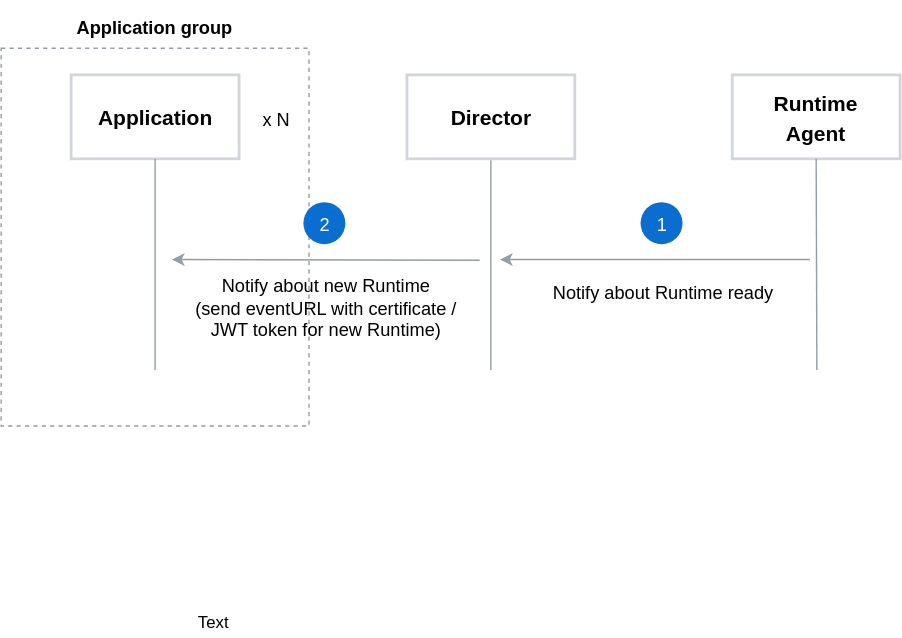
kyma-incubator/compass keeps this draw.io diagram as docs/architecture/assets/runtime-notification.svg. Above is the earlier version. Source tidied: cells renumbered, new cells last; positions are measured from the earlier drawing's top-left corner, leaving out a move shared by most shapes.
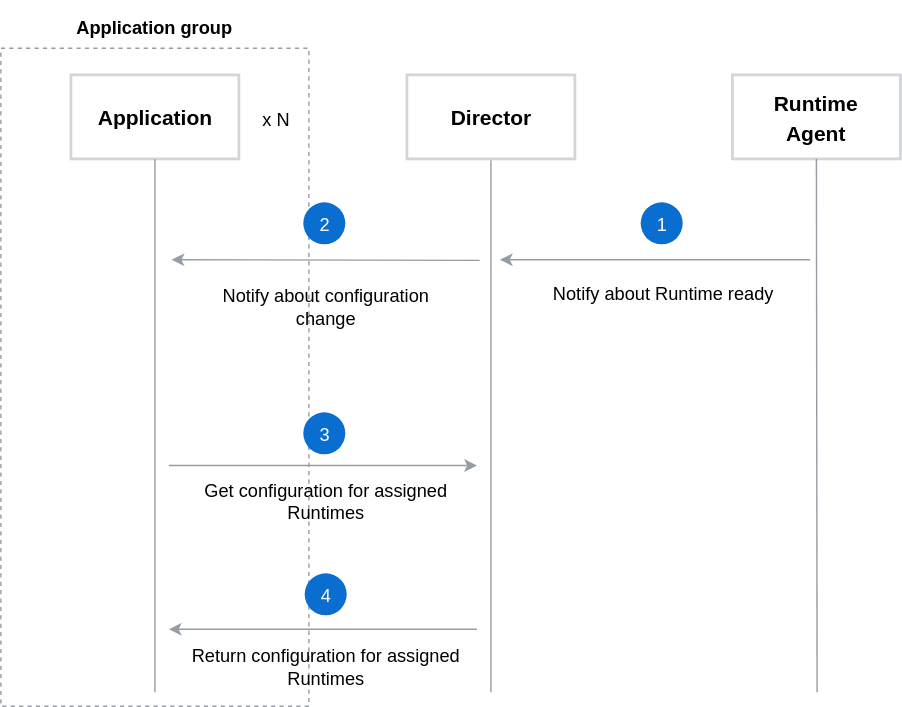
The same file after the commit.

Commit message:
Fix diagrams after review

Diff of the diagram source:
```diff
@@ -3,7 +3,7 @@
     <mxCell id="0" />
     <mxCell id="1" parent="0" />
     <mxCell id="2" style="rounded=0;whiteSpace=wrap;html=1;dashed=1;strokeColor=#959CA4;fillColor=none;" parent="1" vertex="1">
-      <mxGeometry y="34" width="220" height="270" as="geometry" />
+      <mxGeometry y="34" width="220" height="470" as="geometry" />
     </mxCell>
     <mxCell id="3" value="&lt;font style=&quot;font-size: 15px&quot;&gt;&lt;b&gt;Application&lt;br&gt;&lt;/b&gt;&lt;/font&gt;" style="rounded=0;whiteSpace=wrap;html=1;strokeColor=#D2D5D9;strokeWidth=2;fillColor=#ffffff;fontFamily=Helvetica;fontSize=18;fontColor=#000000;align=center;" parent="1" vertex="1">
       <mxGeometry x="50" y="53" width="120" height="60" as="geometry" />
@@ -16,19 +16,19 @@
     </mxCell>
     <mxCell id="6" style="endArrow=none;html=1;labelBackgroundColor=none;strokeColor=#959CA4;strokeWidth=1;fillColor=#000000;fontFamily=Helvetica;fontSize=18;fontColor=#000000;entryX=0.5;entryY=1;entryDx=0;entryDy=0;" parent="1" edge="1">
       <mxGeometry relative="1" as="geometry">
-        <mxPoint x="110" y="264" as="sourcePoint" />
+        <mxPoint x="110" y="494" as="sourcePoint" />
         <mxPoint x="110" y="113" as="targetPoint" />
       </mxGeometry>
     </mxCell>
     <mxCell id="7" style="endArrow=none;html=1;labelBackgroundColor=none;strokeColor=#959CA4;strokeWidth=1;fillColor=#000000;fontFamily=Helvetica;fontSize=18;fontColor=#000000;entryX=0.5;entryY=1;entryDx=0;entryDy=0;" parent="1" edge="1">
       <mxGeometry relative="1" as="geometry">
-        <mxPoint x="350" y="264" as="sourcePoint" />
+        <mxPoint x="350" y="494" as="sourcePoint" />
         <mxPoint x="350" y="114" as="targetPoint" />
       </mxGeometry>
     </mxCell>
     <mxCell id="8" style="endArrow=none;html=1;labelBackgroundColor=none;strokeColor=#959CA4;strokeWidth=1;fillColor=#000000;fontFamily=Helvetica;fontSize=18;fontColor=#000000;entryX=0.5;entryY=1;entryDx=0;entryDy=0;" parent="1" edge="1">
       <mxGeometry relative="1" as="geometry">
-        <mxPoint x="583" y="264" as="sourcePoint" />
+        <mxPoint x="583" y="494" as="sourcePoint" />
         <mxPoint x="582.5" y="113" as="targetPoint" />
       </mxGeometry>
     </mxCell>
@@ -50,7 +50,7 @@
         <mxPoint x="122" y="185" as="targetPoint" />
       </mxGeometry>
     </mxCell>
-    <mxCell id="13" value="Notify about new Runtime&lt;br&gt;(send eventURL with certificate / JWT token for new Runtime)" style="text;html=1;strokeColor=none;fillColor=none;align=center;verticalAlign=middle;whiteSpace=wrap;rounded=0;fontFamily=Helvetica;fontSize=13;fontColor=#000000;" parent="1" vertex="1">
+    <mxCell id="13" value="Notify about configuration change" style="text;html=1;strokeColor=none;fillColor=none;align=center;verticalAlign=middle;whiteSpace=wrap;rounded=0;fontFamily=Helvetica;fontSize=13;fontColor=#000000;" parent="1" vertex="1">
       <mxGeometry x="134.5" y="208" width="195" height="20" as="geometry" />
     </mxCell>
     <mxCell id="14" value="&lt;h3 style=&quot;text-align: center&quot;&gt;&lt;font style=&quot;font-weight: normal ; font-size: 13px&quot;&gt;2&lt;/font&gt;&lt;/h3&gt;" style="ellipse;html=1;rounded=0;shadow=0;glass=0;comic=0;labelBackgroundColor=none;strokeColor=none;strokeWidth=1;fillColor=#0A6ED1;gradientColor=none;fontSize=13;fontColor=#FFFFFF;align=center;verticalAlign=middle;horizontal=1;" parent="1" vertex="1">
@@ -62,8 +62,29 @@
     <mxCell id="16" value="&lt;span style=&quot;font-size: 13px&quot;&gt;x N&lt;/span&gt;" style="text;html=1;strokeColor=none;fillColor=none;align=center;verticalAlign=middle;whiteSpace=wrap;rounded=0;fontFamily=Helvetica;fontSize=18;fontColor=#000000;" parent="1" vertex="1">
       <mxGeometry x="167.5" y="66.5" width="58" height="33" as="geometry" />
     </mxCell>
-    <mxCell id="17" value="Text" style="text;html=1;align=left;verticalAlign=top;spacingTop=-4;" parent="1" vertex="1">
-      <mxGeometry x="139" y="435" width="40" height="20" as="geometry" />
+    <mxCell id="17" style="endArrow=classic;html=1;labelBackgroundColor=none;strokeColor=#959CA4;strokeWidth=1;fillColor=#000000;fontFamily=Helvetica;fontSize=18;fontColor=#000000;" parent="1" edge="1">
+      <mxGeometry relative="1" as="geometry">
+        <mxPoint x="120" y="332" as="sourcePoint" />
+        <mxPoint x="340" y="332" as="targetPoint" />
+      </mxGeometry>
     </mxCell>
+    <mxCell id="18" value="Get configuration for assigned Runtimes" style="text;html=1;strokeColor=none;fillColor=none;align=center;verticalAlign=middle;whiteSpace=wrap;rounded=0;fontFamily=Helvetica;fontSize=13;fontColor=#000000;" parent="1" vertex="1">
+      <mxGeometry x="134.5" y="346.5" width="195" height="20" as="geometry" />
+    </mxCell>
+    <mxCell id="19" value="&lt;h3 style=&quot;text-align: center&quot;&gt;&lt;font style=&quot;font-weight: normal ; font-size: 13px&quot;&gt;3&lt;/font&gt;&lt;/h3&gt;" style="ellipse;html=1;rounded=0;shadow=0;glass=0;comic=0;labelBackgroundColor=none;strokeColor=none;strokeWidth=1;fillColor=#0A6ED1;gradientColor=none;fontSize=13;fontColor=#FFFFFF;align=center;verticalAlign=middle;horizontal=1;" parent="1" vertex="1">
+      <mxGeometry x="216" y="294" width="30" height="30" as="geometry" />
+    </mxCell>
+    <mxCell id="20" style="endArrow=classic;html=1;labelBackgroundColor=none;strokeColor=#959CA4;strokeWidth=1;fillColor=#000000;fontFamily=Helvetica;fontSize=18;fontColor=#000000;" parent="1" edge="1">
+      <mxGeometry relative="1" as="geometry">
+        <mxPoint x="340" y="449" as="sourcePoint" />
+        <mxPoint x="120" y="449" as="targetPoint" />
+      </mxGeometry>
+    </mxCell>
+    <mxCell id="21" value="Return configuration for assigned Runtimes" style="text;html=1;strokeColor=none;fillColor=none;align=center;verticalAlign=middle;whiteSpace=wrap;rounded=0;fontFamily=Helvetica;fontSize=13;fontColor=#000000;" parent="1" vertex="1">
+      <mxGeometry x="134.5" y="465" width="195" height="20" as="geometry" />
+    </mxCell>
+    <mxCell id="22" value="&lt;h3 style=&quot;text-align: center&quot;&gt;&lt;font style=&quot;font-weight: normal ; font-size: 13px&quot;&gt;4&lt;/font&gt;&lt;/h3&gt;" style="ellipse;html=1;rounded=0;shadow=0;glass=0;comic=0;labelBackgroundColor=none;strokeColor=none;strokeWidth=1;fillColor=#0A6ED1;gradientColor=none;fontSize=13;fontColor=#FFFFFF;align=center;verticalAlign=middle;horizontal=1;" parent="1" vertex="1">
+      <mxGeometry x="217" y="409" width="30" height="30" as="geometry" />
+    </mxCell>
   </root>
 </mxGraphModel>
```
